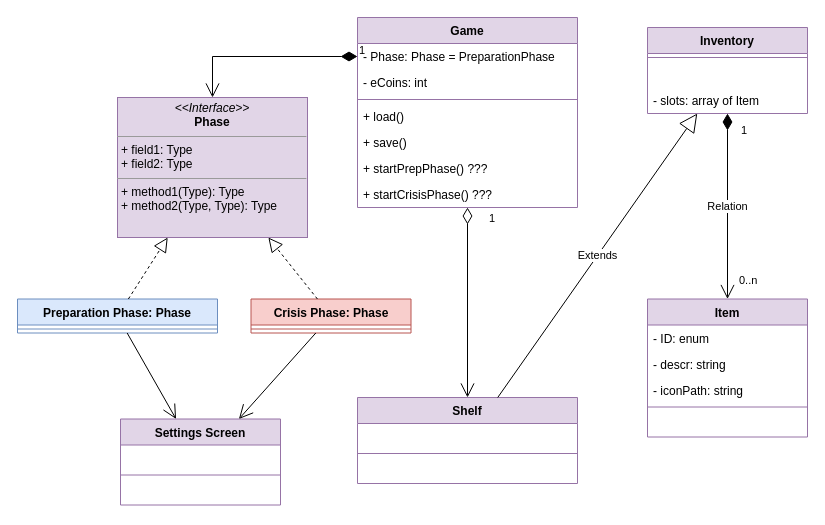
Above: page "Game Framework" (1 of 5) of doc/emergenCITY_SEArchitecture.drawio in Spexify/emergenCity (draw.io), before the change. Source tidied: cells renumbered, new cells numbered last; positions are measured from the earlier drawing's top-left corner, leaving out a move shared by most shapes. Both pictures are drawn from the tidied source at 100%, with x=0, y=0 at pixel (17, 17).
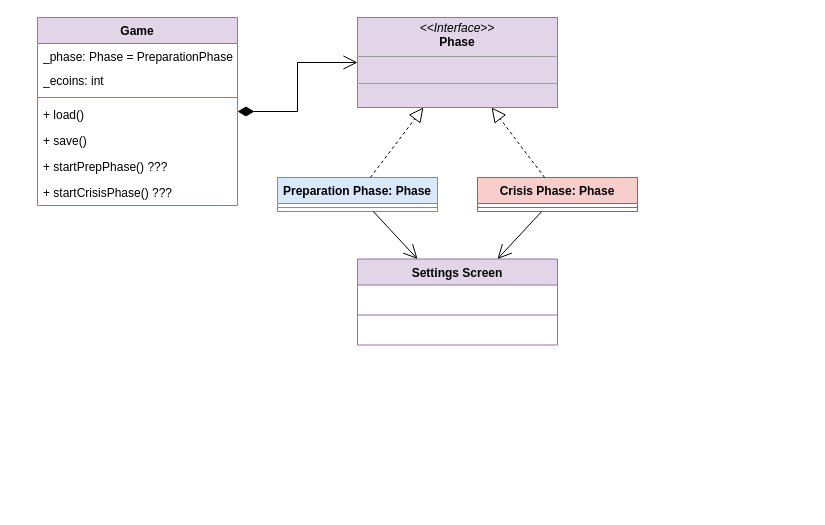
The same diagram, later.

Change to the diagram source:
```diff
@@
     <mxCell id="2" value="Crisis Phase: Phase" style="swimlane;fontStyle=1;align=center;verticalAlign=top;horizontal=1;startSize=26;whiteSpace=wrap;html=1;fillColor=#f8cecc;strokeColor=#b85450;" parent="1" vertex="1">
-      <mxGeometry x="233.5" y="281.5" width="160" height="34" as="geometry" />
+      <mxGeometry x="460" y="160" width="160" height="34" as="geometry" />
     </mxCell>
@@
     <mxCell id="4" value="Preparation Phase: Phase" style="swimlane;fontStyle=1;align=center;verticalAlign=top;horizontal=1;startSize=26;whiteSpace=wrap;html=1;fillColor=#dae8fc;strokeColor=#6c8ebf;" parent="1" vertex="1">
-      <mxGeometry y="281.5" width="200" height="34" as="geometry" />
+      <mxGeometry x="260" y="160" width="160" height="34" as="geometry" />
     </mxCell>
     <mxCell id="5" style="line;strokeWidth=1;fillColor=none;align=left;verticalAlign=middle;spacingTop=-1;spacingLeft=3;spacingRight=3;labelPosition=right;strokeColor=inherit;" parent="4" vertex="1">
-      <mxGeometry y="26" width="200" height="8" as="geometry" />
+      <mxGeometry y="26" width="160" height="8" as="geometry" />
     </mxCell>
     <mxCell id="6" value="Settings Screen" style="swimlane;fontStyle=1;align=center;verticalAlign=top;horizontal=1;startSize=26;whiteSpace=wrap;html=1;fillColor=#e1d5e7;strokeColor=#9673a6;" parent="1" vertex="1">
-      <mxGeometry x="103" y="401.5" width="160" height="86" as="geometry" />
+      <mxGeometry x="340" y="241.5" width="200" height="86" as="geometry" />
     </mxCell>
     <mxCell id="7" value="&amp;nbsp;" style="text;strokeColor=none;fillColor=none;align=left;verticalAlign=top;spacingLeft=4;spacingRight=4;overflow=hidden;whiteSpace=wrap;html=1;" parent="6" vertex="1">
-      <mxGeometry y="26" width="160" height="26" as="geometry" />
+      <mxGeometry y="26" width="200" height="26" as="geometry" />
     </mxCell>
     <mxCell id="8" style="line;strokeWidth=1;fillColor=none;align=left;verticalAlign=middle;spacingTop=-1;spacingLeft=3;spacingRight=3;labelPosition=right;strokeColor=inherit;" parent="6" vertex="1">
-      <mxGeometry y="52" width="160" height="8" as="geometry" />
+      <mxGeometry y="52" width="200" height="8" as="geometry" />
     </mxCell>
     <mxCell id="9" value="&amp;nbsp;" style="text;strokeColor=none;fillColor=none;align=left;verticalAlign=top;spacingLeft=4;spacingRight=4;overflow=hidden;whiteSpace=wrap;html=1;" parent="6" vertex="1">
-      <mxGeometry y="60" width="160" height="26" as="geometry" />
+      <mxGeometry y="60" width="200" height="26" as="geometry" />
     </mxCell>
-    <mxCell id="10" value="Shelf" style="swimlane;fontStyle=1;align=center;verticalAlign=top;horizontal=1;startSize=26;whiteSpace=wrap;html=1;fillColor=#e1d5e7;strokeColor=#9673a6;" parent="1" vertex="1">
-      <mxGeometry x="340" y="380" width="220" height="86" as="geometry" />
-    </mxCell>
-    <mxCell id="11" value="&amp;nbsp;" style="text;strokeColor=none;fillColor=none;align=left;verticalAlign=top;spacingLeft=4;spacingRight=4;overflow=hidden;whiteSpace=wrap;html=1;" parent="10" vertex="1">
-      <mxGeometry y="26" width="220" height="26" as="geometry" />
-    </mxCell>
-    <mxCell id="12" style="line;strokeWidth=1;fillColor=none;align=left;verticalAlign=middle;spacingTop=-1;spacingLeft=3;spacingRight=3;labelPosition=right;strokeColor=inherit;" parent="10" vertex="1">
-      <mxGeometry y="52" width="220" height="8" as="geometry" />
-    </mxCell>
-    <mxCell id="13" value="&amp;nbsp;" style="text;strokeColor=none;fillColor=none;align=left;verticalAlign=top;spacingLeft=4;spacingRight=4;overflow=hidden;whiteSpace=wrap;html=1;" parent="10" vertex="1">
-      <mxGeometry y="60" width="220" height="26" as="geometry" />
-    </mxCell>
@@
     <mxCell id="15" value="Game" style="swimlane;fontStyle=1;align=center;verticalAlign=top;horizontal=1;startSize=26;whiteSpace=wrap;html=1;fillColor=#e1d5e7;strokeColor=#9673a6;" parent="1" vertex="1">
-      <mxGeometry x="340" width="220" height="190" as="geometry" />
+      <mxGeometry x="20" width="200" height="188" as="geometry" />
     </mxCell>
-    <mxCell id="16" value="- Phase: Phase = PreparationPhase" style="text;strokeColor=none;fillColor=none;align=left;verticalAlign=top;spacingLeft=4;spacingRight=4;overflow=hidden;points=[[0,0.5],[1,0.5]];portConstraint=eastwest;whiteSpace=wrap;html=1;" parent="15" vertex="1">
-      <mxGeometry y="26" width="220" height="26" as="geometry" />
+    <mxCell id="16" value="_phase: Phase = PreparationPhase" style="text;strokeColor=none;fillColor=none;align=left;verticalAlign=top;spacingLeft=4;spacingRight=4;overflow=hidden;points=[[0,0.5],[1,0.5]];portConstraint=eastwest;whiteSpace=wrap;html=1;" parent="15" vertex="1">
+      <mxGeometry y="26" width="200" height="24" as="geometry" />
     </mxCell>
-    <mxCell id="17" value="- eCoins: int" style="text;strokeColor=none;fillColor=none;align=left;verticalAlign=top;spacingLeft=4;spacingRight=4;overflow=hidden;whiteSpace=wrap;html=1;" parent="15" vertex="1">
-      <mxGeometry y="52" width="220" height="26" as="geometry" />
+    <mxCell id="17" value="_ecoins: int" style="text;strokeColor=none;fillColor=none;align=left;verticalAlign=top;spacingLeft=4;spacingRight=4;overflow=hidden;whiteSpace=wrap;html=1;" parent="15" vertex="1">
+      <mxGeometry y="50" width="200" height="26" as="geometry" />
     </mxCell>
     <mxCell id="18" style="line;strokeWidth=1;fillColor=none;align=left;verticalAlign=middle;spacingTop=-1;spacingLeft=3;spacingRight=3;labelPosition=right;strokeColor=inherit;" parent="15" vertex="1">
-      <mxGeometry y="78" width="220" height="8" as="geometry" />
+      <mxGeometry y="76" width="200" height="8" as="geometry" />
     </mxCell>
     <mxCell id="19" value="+ load()" style="text;strokeColor=none;fillColor=none;align=left;verticalAlign=top;spacingLeft=4;spacingRight=4;overflow=hidden;whiteSpace=wrap;html=1;" parent="15" vertex="1">
-      <mxGeometry y="86" width="220" height="26" as="geometry" />
+      <mxGeometry y="84" width="200" height="26" as="geometry" />
     </mxCell>
     <mxCell id="20" value="+ save()" style="text;strokeColor=none;fillColor=none;align=left;verticalAlign=top;spacingLeft=4;spacingRight=4;overflow=hidden;whiteSpace=wrap;html=1;" parent="15" vertex="1">
-      <mxGeometry y="112" width="220" height="26" as="geometry" />
+      <mxGeometry y="110" width="200" height="26" as="geometry" />
     </mxCell>
     <mxCell id="21" value="+ startPrepPhase() ???" style="text;strokeColor=none;fillColor=none;align=left;verticalAlign=top;spacingLeft=4;spacingRight=4;overflow=hidden;whiteSpace=wrap;html=1;" parent="15" vertex="1">
-      <mxGeometry y="138" width="220" height="26" as="geometry" />
+      <mxGeometry y="136" width="200" height="26" as="geometry" />
     </mxCell>
     <mxCell id="22" value="+ startCrisisPhase() ???" style="text;strokeColor=none;fillColor=none;align=left;verticalAlign=top;spacingLeft=4;spacingRight=4;overflow=hidden;whiteSpace=wrap;html=1;" parent="15" vertex="1">
-      <mxGeometry y="164" width="220" height="26" as="geometry" />
+      <mxGeometry y="162" width="200" height="26" as="geometry" />
     </mxCell>
-    <mxCell id="23" value="&lt;p style=&quot;margin:0px;margin-top:4px;text-align:center;&quot;&gt;&lt;i&gt;&amp;lt;&amp;lt;Interface&amp;gt;&amp;gt;&lt;/i&gt;&lt;br&gt;&lt;b&gt;Phase&lt;/b&gt;&lt;/p&gt;&lt;hr size=&quot;1&quot;&gt;&lt;p style=&quot;margin:0px;margin-left:4px;&quot;&gt;+ field1: Type&lt;br&gt;+ field2: Type&lt;/p&gt;&lt;hr size=&quot;1&quot;&gt;&lt;p style=&quot;margin:0px;margin-left:4px;&quot;&gt;+ method1(Type): Type&lt;br&gt;+ method2(Type, Type): Type&lt;/p&gt;" style="verticalAlign=top;align=left;overflow=fill;fontSize=12;fontFamily=Helvetica;html=1;whiteSpace=wrap;fillColor=#e1d5e7;strokeColor=#9673a6;" parent="1" vertex="1">
-      <mxGeometry x="100" y="80" width="190" height="140" as="geometry" />
+    <mxCell id="23" value="&lt;p style=&quot;margin:0px;margin-top:4px;text-align:center;&quot;&gt;&lt;i&gt;&amp;lt;&amp;lt;Interface&amp;gt;&amp;gt;&lt;/i&gt;&lt;br&gt;&lt;b&gt;Phase&lt;/b&gt;&lt;/p&gt;&lt;hr size=&quot;1&quot;&gt;&lt;p style=&quot;margin:0px;margin-left:4px;&quot;&gt;&lt;br&gt;&lt;/p&gt;&lt;hr size=&quot;1&quot;&gt;&lt;p style=&quot;margin:0px;margin-left:4px;&quot;&gt;&lt;br&gt;&lt;/p&gt;" style="verticalAlign=top;align=left;overflow=fill;fontSize=12;fontFamily=Helvetica;html=1;whiteSpace=wrap;fillColor=#e1d5e7;strokeColor=#9673a6;" parent="1" vertex="1">
+      <mxGeometry x="340" width="200" height="90" as="geometry" />
     </mxCell>
@@
-    <mxCell id="27" value="1" style="endArrow=open;html=1;endSize=12;startArrow=diamondThin;startSize=14;startFill=1;edgeStyle=orthogonalEdgeStyle;align=left;verticalAlign=bottom;rounded=0;" parent="1" edge="1" source="16" target="23">
-      <mxGeometry x="-1" y="3" relative="1" as="geometry" />
+    <mxCell id="27" style="endArrow=open;html=1;endSize=12;startArrow=diamondThin;startSize=14;startFill=1;edgeStyle=orthogonalEdgeStyle;align=left;verticalAlign=bottom;rounded=0;" parent="1" edge="1" source="15" target="23">
+      <mxGeometry x="-0.39" y="20" relative="1" as="geometry" />
     </mxCell>
-    <mxCell id="28" value="1" style="endArrow=open;html=1;endSize=12;startArrow=diamondThin;startSize=14;startFill=0;edgeStyle=orthogonalEdgeStyle;align=left;verticalAlign=bottom;rounded=0;" parent="1" edge="1" source="15" target="10">
-      <mxGeometry x="-0.79" y="20" relative="1" as="geometry" />
-    </mxCell>
-    <mxCell id="29" value="Inventory" style="swimlane;fontStyle=1;align=center;verticalAlign=top;horizontal=1;startSize=26;whiteSpace=wrap;html=1;fillColor=#e1d5e7;strokeColor=#9673a6;" parent="1" vertex="1">
-      <mxGeometry x="630" y="10" width="160" height="86" as="geometry" />
-    </mxCell>
-    <mxCell id="30" style="line;strokeWidth=1;fillColor=none;align=left;verticalAlign=middle;spacingTop=-1;spacingLeft=3;spacingRight=3;labelPosition=right;strokeColor=inherit;" parent="29" vertex="1">
-      <mxGeometry y="26" width="160" height="8" as="geometry" />
-    </mxCell>
-    <mxCell id="31" value="&amp;nbsp;" style="text;strokeColor=none;fillColor=none;align=left;verticalAlign=top;spacingLeft=4;spacingRight=4;overflow=hidden;whiteSpace=wrap;html=1;" parent="29" vertex="1">
-      <mxGeometry y="34" width="160" height="26" as="geometry" />
-    </mxCell>
-    <mxCell id="32" value="- slots: array of Item" style="text;strokeColor=none;fillColor=none;align=left;verticalAlign=top;spacingLeft=4;spacingRight=4;overflow=hidden;whiteSpace=wrap;html=1;" parent="29" vertex="1">
-      <mxGeometry y="60" width="160" height="26" as="geometry" />
-    </mxCell>
-    <mxCell id="33" value="Item" style="swimlane;fontStyle=1;align=center;verticalAlign=top;horizontal=1;startSize=26;whiteSpace=wrap;html=1;fillColor=#e1d5e7;strokeColor=#9673a6;" parent="1" vertex="1">
-      <mxGeometry x="630" y="281.5" width="160" height="138" as="geometry" />
-    </mxCell>
-    <mxCell id="34" value="- ID: enum" style="text;strokeColor=none;fillColor=none;align=left;verticalAlign=top;spacingLeft=4;spacingRight=4;overflow=hidden;whiteSpace=wrap;html=1;" parent="33" vertex="1">
-      <mxGeometry y="26" width="160" height="26" as="geometry" />
-    </mxCell>
-    <mxCell id="35" value="- descr: string" style="text;strokeColor=none;fillColor=none;align=left;verticalAlign=top;spacingLeft=4;spacingRight=4;overflow=hidden;whiteSpace=wrap;html=1;" parent="33" vertex="1">
-      <mxGeometry y="52" width="160" height="26" as="geometry" />
-    </mxCell>
-    <mxCell id="36" value="- iconPath: string" style="text;strokeColor=none;fillColor=none;align=left;verticalAlign=top;spacingLeft=4;spacingRight=4;overflow=hidden;whiteSpace=wrap;html=1;" parent="33" vertex="1">
-      <mxGeometry y="78" width="160" height="26" as="geometry" />
-    </mxCell>
-    <mxCell id="37" style="line;strokeWidth=1;fillColor=none;align=left;verticalAlign=middle;spacingTop=-1;spacingLeft=3;spacingRight=3;labelPosition=right;strokeColor=inherit;" parent="33" vertex="1">
-      <mxGeometry y="104" width="160" height="8" as="geometry" />
-    </mxCell>
-    <mxCell id="38" value="&amp;nbsp;" style="text;strokeColor=none;fillColor=none;align=left;verticalAlign=top;spacingLeft=4;spacingRight=4;overflow=hidden;whiteSpace=wrap;html=1;" parent="33" vertex="1">
-      <mxGeometry y="112" width="160" height="26" as="geometry" />
-    </mxCell>
-    <mxCell id="39" value="Relation" style="endArrow=open;html=1;endSize=12;startArrow=diamondThin;startSize=14;startFill=1;edgeStyle=orthogonalEdgeStyle;rounded=0;" parent="1" edge="1" source="29" target="33">
-      <mxGeometry relative="1" as="geometry" />
-    </mxCell>
-    <mxCell id="40" value="0..n" style="edgeLabel;html=1;align=left;verticalAlign=top;" parent="39" vertex="1">
-      <mxGeometry x="-1" relative="1" as="geometry">
-        <mxPoint x="10" y="154" as="offset" />
-      </mxGeometry>
-    </mxCell>
-    <mxCell id="41" value="1" style="edgeLabel;html=1;align=right;verticalAlign=top;" parent="39" vertex="1">
-      <mxGeometry x="1" relative="1" as="geometry">
-        <mxPoint x="20" y="-182" as="offset" />
-      </mxGeometry>
-    </mxCell>
-    <mxCell id="42" value="Extends" style="endArrow=block;endSize=16;endFill=0;html=1;rounded=0;" parent="1" edge="1" source="10" target="29">
-      <mxGeometry relative="1" as="geometry" />
-    </mxCell>
```
